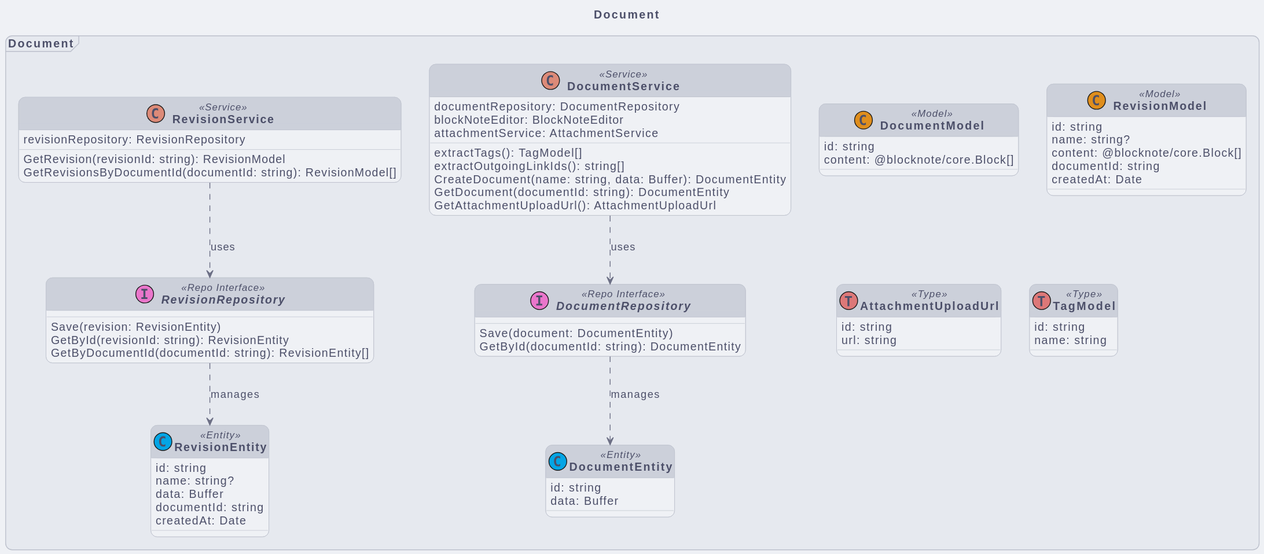
Before: src/assets/sync-diagrams/class-diagram-document.svg, a diagram exported from PlantUML (notopia-uit/report).
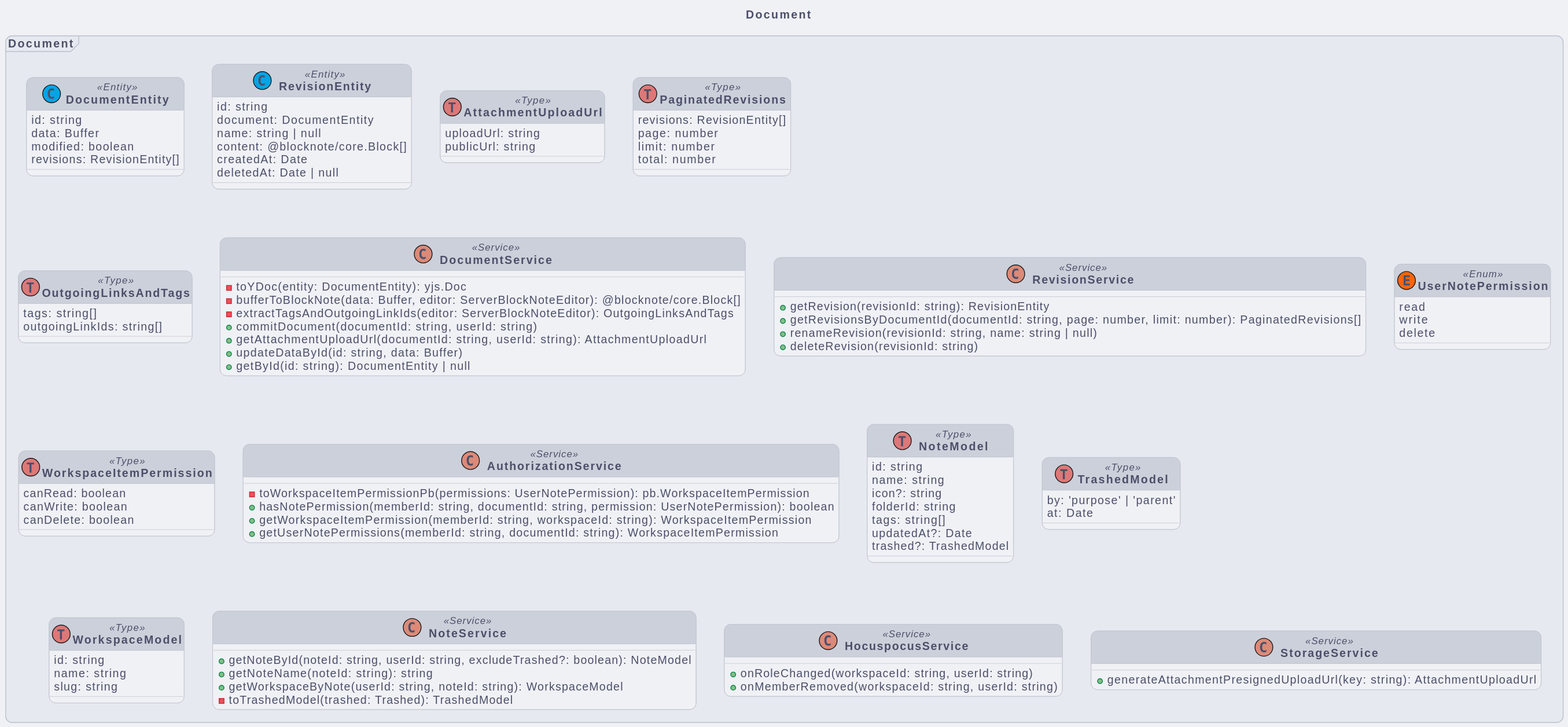
After the change.

Commit message:
feat: database diagram

What changed in the source:
```diff
@@ -48,82 +48,116 @@
     AttributeFontColor $text
 }
 
-!define RepoInterface(name) interface "name" as Document.name <<(I, $pink) Repo Interface>>
 !define Service(name) class "name" as Document.name <<(C, $rosewater) Service>>
 !define Entity(name) class "name" as Document.name <<(C, $sky) Entity>>
 !define Type(name) class "name" as Document.name <<(T, $flamingo) Type>>
-!define Model(name) class "name" as Document.name <<(C, $yellow) Model>>
+!define Enum(name) enum "name" as Document.name <<(E, $peach) Enum>>
 
 package "Document" as Document <<Frame>> {
     Entity(DocumentEntity) {
         id: string
         data: Buffer
+        modified: boolean
+        revisions: RevisionEntity[]
     }
 
     Entity(RevisionEntity) {
         id: string
-        name: string?
-        data: Buffer
-        documentId: string
+        document: DocumentEntity
+        name: string | null
+        content: @blocknote/core.Block[]
         createdAt: Date
-    }
-
-    Model(DocumentModel) {
-        id: string
-        content: @blocknote/core.Block[]
-    }
-
-    Model(RevisionModel) {
-        id: string
-        name: string?
-        content: @blocknote/core.Block[]
-        documentId: string
-        createdAt: Date
+        deletedAt: Date | null
     }
 
     Type(AttachmentUploadUrl) {
-        id: string
-        url: string
+        uploadUrl: string
+        publicUrl: string
     }
 
-    Type(TagModel) {
-        id: string
-        name: string
+    Type(PaginatedRevisions) {
+        revisions: RevisionEntity[]
+        page: number
+        limit: number
+        total: number
     }
 
-    RepoInterface(DocumentRepository) {
-        Save(document: DocumentEntity)
-        GetById(documentId: string): DocumentEntity
-    }
-
-    RepoInterface(RevisionRepository) {
-        Save(revision: RevisionEntity)
-        GetById(revisionId: string): RevisionEntity
-        GetByDocumentId(documentId: string): RevisionEntity[]
+    Type(OutgoingLinksAndTags) {
+        tags: string[]
+        outgoingLinkIds: string[]
     }
 
     Service(DocumentService) {
-        documentRepository: DocumentRepository
-        blockNoteEditor: BlockNoteEditor
-        attachmentService: AttachmentService
-
-        extractTags(): TagModel[]
-        extractOutgoingLinkIds(): string[]
-        CreateDocument(name: string, data: Buffer): DocumentEntity
-        GetDocument(documentId: string): DocumentEntity
-        GetAttachmentUploadUrl(): AttachmentUploadUrl
+        - toYDoc(entity: DocumentEntity): yjs.Doc
+        - bufferToBlockNote(data: Buffer, editor: ServerBlockNoteEditor): @blocknote/core.Block[]
+        - extractTagsAndOutgoingLinkIds(editor: ServerBlockNoteEditor): OutgoingLinksAndTags
+        + commitDocument(documentId: string, userId: string)
+        + getAttachmentUploadUrl(documentId: string, userId: string): AttachmentUploadUrl
+        + updateDataById(id: string, data: Buffer)
+        + getById(id: string): DocumentEntity | null
     }
 
     Service(RevisionService) {
-        revisionRepository: RevisionRepository
-
-        GetRevision(revisionId: string): RevisionModel
-        GetRevisionsByDocumentId(documentId: string): RevisionModel[]
+        + getRevision(revisionId: string): RevisionEntity
+        + getRevisionsByDocumentId(documentId: string, page: number, limit: number): PaginatedRevisions[]
+        + renameRevision(revisionId: string, name: string | null)
+        + deleteRevision(revisionId: string)
     }
 
-    Document.DocumentService ..> Document.DocumentRepository : uses
-    Document.RevisionService ..> Document.RevisionRepository : uses
-    Document.DocumentRepository ..> Document.DocumentEntity : manages
-    Document.RevisionRepository ..> Document.RevisionEntity : manages
+    Enum(UserNotePermission) {
+        read
+        write
+        delete
+    }
+
+    Type(WorkspaceItemPermission) {
+        canRead: boolean
+        canWrite: boolean
+        canDelete: boolean
+    }
+
+    Service(AuthorizationService) {
+        - toWorkspaceItemPermissionPb(permissions: UserNotePermission): pb.WorkspaceItemPermission
+        + hasNotePermission(memberId: string, documentId: string, permission: UserNotePermission): boolean
+        + getWorkspaceItemPermission(memberId: string, workspaceId: string): WorkspaceItemPermission
+        + getUserNotePermissions(memberId: string, documentId: string): WorkspaceItemPermission
+    }
+
+    Type(NoteModel) {
+        id: string
+        name: string
+        icon?: string
+        folderId: string
+        tags: string[]
+        updatedAt?: Date
+        trashed?: TrashedModel
+    }
+
+    Type(TrashedModel) {
+        by: 'purpose' | 'parent'
+        at: Date
+    }
+
+    Type(WorkspaceModel) {
+        id: string
+        name: string
+        slug: string
+    }
+
+    Service(NoteService) {
+        + getNoteById(noteId: string, userId: string, excludeTrashed?: boolean): NoteModel
+        + getNoteName(noteId: string): string
+        + getWorkspaceByNote(userId: string, noteId: string): WorkspaceModel
+        - toTrashedModel(trashed: Trashed): TrashedModel
+    }
+
+    Service(HocuspocusService) {
+        + onRoleChanged(workspaceId: string, userId: string)
+        + onMemberRemoved(workspaceId: string, userId: string)
+    }
+
+    Service(StorageService) {
+        + generateAttachmentPresignedUploadUrl(key: string): AttachmentUploadUrl
+    }
 }
 @enduml
```
